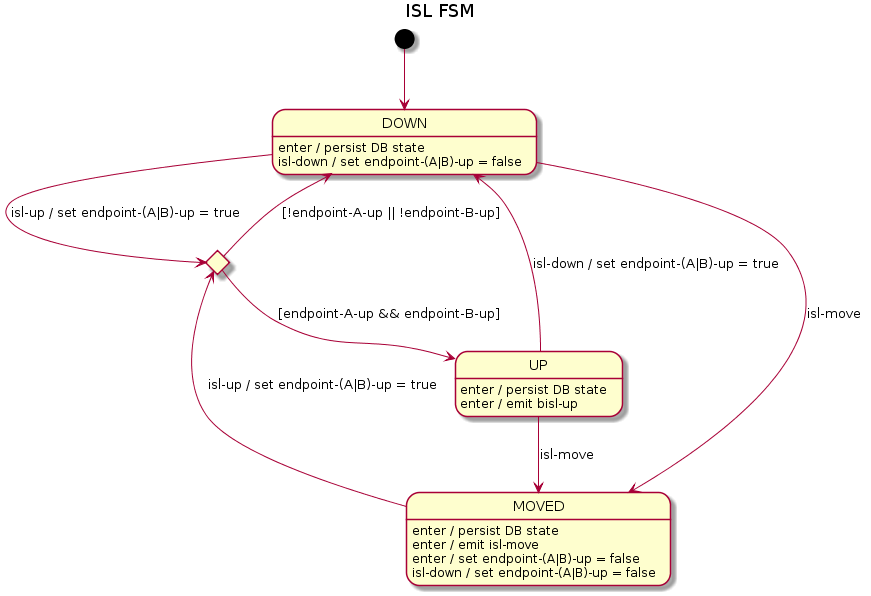
This is docs/design/network-discovery/ISL-FSM.png from telstra/open-kilda, a PlantUML export, as it was before one commit.
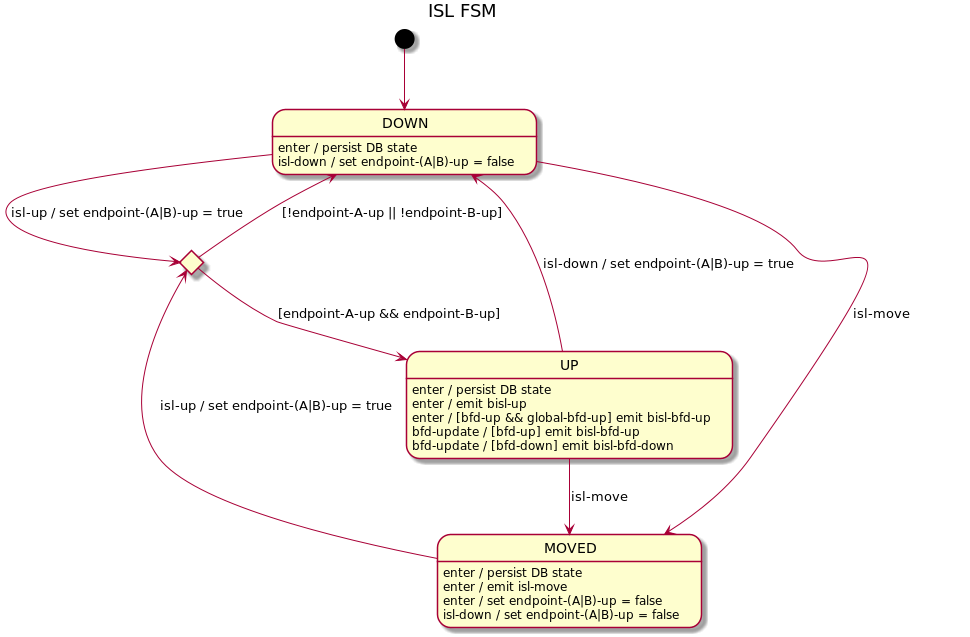
The same file after the commit.

What changed in the source:
```diff
@@ -17,6 +17,9 @@
 UP --> MOVED : isl-move
 UP : enter / persist DB state
 UP : enter / emit bisl-up
+UP : enter / [bfd-up && global-bfd-up] emit bisl-bfd-up
+UP : bfd-update / [bfd-up] emit bisl-bfd-up
+UP : bfd-update / [bfd-down] emit bisl-bfd-down
 
 MOVED --> upAttempt : isl-up / set endpoint-(A|B)-up = true
 MOVED : enter / persist DB state
```
